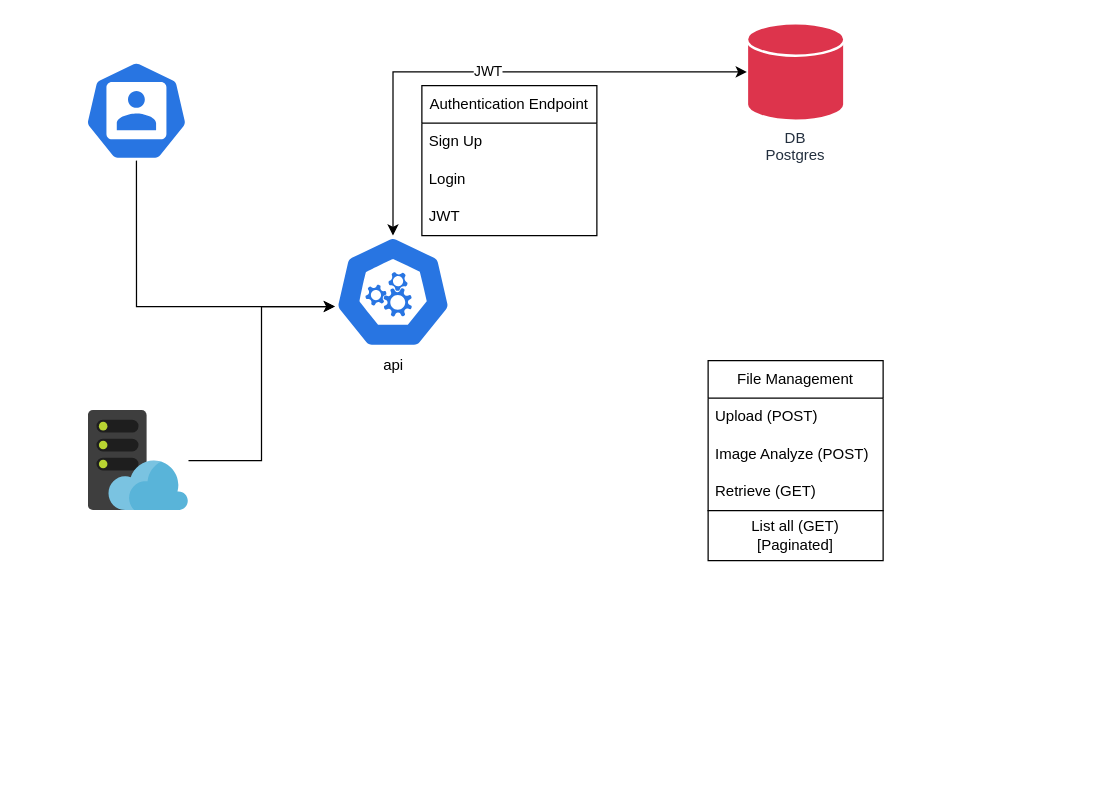
Above: fitty_api.drawio in jstoveld/fitty (draw.io), before the change. Source tidied: cells renumbered, new cells numbered last; positions are measured from the earlier drawing's top-left corner, leaving out a move shared by most shapes. Both pictures are drawn from the tidied source at 125%, with x=0, y=0 at pixel (84, 22).
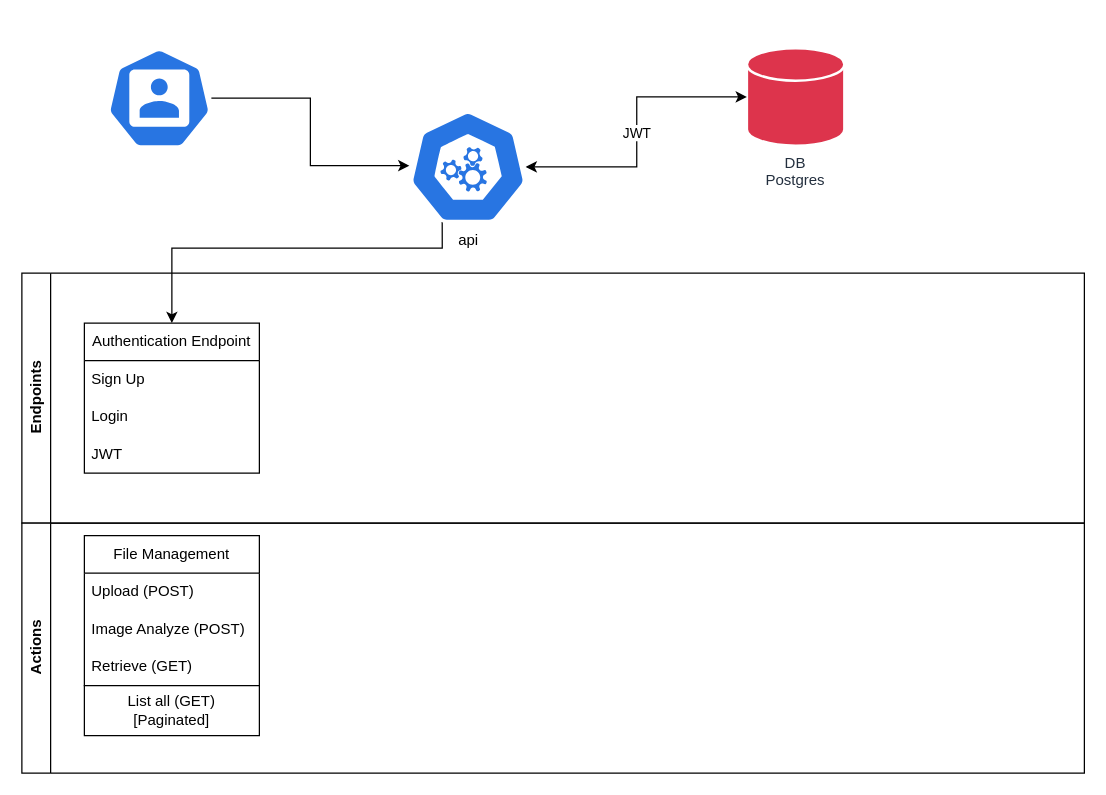
The same diagram, later.

The edit, as a diff of the source:
```diff
@@
+    <mxCell id="18" style="edgeStyle=orthogonalEdgeStyle;rounded=0;jettySize=auto;html=1;exitX=0.28;exitY=0.99;exitDx=0;exitDy=0;exitPerimeter=0;entryX=0.5;entryY=0;entryDx=0;entryDy=0;" parent="1" edge="1" source="2" target="9">
+      <mxGeometry relative="1" as="geometry">
+        <Array as="points">
+          <mxPoint x="286" y="180" />
+          <mxPoint x="70" y="180" />
+        </Array>
+      </mxGeometry>
+    </mxCell>
     <mxCell id="2" value="api" style="sketch=0;html=1;dashed=0;whitespace=wrap;verticalLabelPosition=bottom;verticalAlign=top;fillColor=#2875E2;strokeColor=#ffffff;points=[[0.005,0.63,0],[0.1,0.2,0],[0.9,0.2,0],[0.5,0,0],[0.995,0.63,0],[0.72,0.99,0],[0.5,1,0],[0.28,0.99,0]];shape=mxgraph.kubernetes.icon2;prIcon=api;" parent="1" vertex="1">
-      <mxGeometry x="200" y="170" width="93.8" height="90" as="geometry" />
+      <mxGeometry x="260" y="70" width="93.8" height="90" as="geometry" />
     </mxCell>
     <mxCell id="3" style="sketch=0;html=1;dashed=0;whitespace=wrap;verticalLabelPosition=bottom;verticalAlign=top;fillColor=#2875E2;strokeColor=#ffffff;points=[[0.005,0.63,0],[0.1,0.2,0],[0.9,0.2,0],[0.5,0,0],[0.995,0.63,0],[0.72,0.99,0],[0.5,1,0],[0.28,0.99,0]];shape=mxgraph.kubernetes.icon2;prIcon=user;" parent="1" vertex="1">
-      <mxGeometry y="30" width="83.3" height="80" as="geometry" />
+      <mxGeometry x="18.3" y="20" width="83.3" height="80" as="geometry" />
     </mxCell>
-    <mxCell id="4" style="image;sketch=0;html=1;points=[];align=center;fontSize=12;image=img/lib/mscae/WebHosting.svg;" parent="1" vertex="1">
-      <mxGeometry x="3.3" y="310" width="80" height="80" as="geometry" />
-    </mxCell>
-    <mxCell id="5" style="edgeStyle=orthogonalEdgeStyle;rounded=0;jettySize=auto;html=1;entryX=0.005;entryY=0.63;entryDx=0;entryDy=0;entryPerimeter=0;" parent="1" edge="1" source="4" target="2">
-      <mxGeometry relative="1" as="geometry" />
-    </mxCell>
-    <mxCell id="6" style="edgeStyle=orthogonalEdgeStyle;rounded=0;jettySize=auto;html=1;exitX=0.5;exitY=1;exitDx=0;exitDy=0;exitPerimeter=0;entryX=0.005;entryY=0.63;entryDx=0;entryDy=0;entryPerimeter=0;" parent="1" edge="1" source="3" target="2">
-      <mxGeometry relative="1" as="geometry" />
-    </mxCell>
     <mxCell id="7" value="DB&lt;div&gt;Postgres&lt;/div&gt;" style="sketch=0;outlineConnect=0;fontColor=#232F3E;fillColor=#DD344C;strokeColor=#ffffff;dashed=0;verticalLabelPosition=bottom;verticalAlign=top;align=center;html=1;fontSize=12;fontStyle=0;shape=mxgraph.flowchart.database;resIcon=mxgraph.aws4.cloud_directory;strokeWidth=2;whiteSpace=wrap;" parent="1" vertex="1">
-      <mxGeometry x="530" width="78" height="78" as="geometry" />
+      <mxGeometry x="530" y="20" width="78" height="78" as="geometry" />
     </mxCell>
-    <mxCell id="8" value="JWT" style="edgeStyle=orthogonalEdgeStyle;rounded=0;jettySize=auto;html=1;exitX=0.5;exitY=0;exitDx=0;exitDy=0;exitPerimeter=0;entryX=0;entryY=0.5;entryDx=0;entryDy=0;entryPerimeter=0;startArrow=classic;startFill=1;" parent="1" edge="1" source="2" target="7">
+    <mxCell id="8" value="JWT" style="edgeStyle=orthogonalEdgeStyle;rounded=0;jettySize=auto;html=1;exitX=0.992;exitY=0.5;exitDx=0;exitDy=0;exitPerimeter=0;entryX=0;entryY=0.5;entryDx=0;entryDy=0;entryPerimeter=0;startArrow=classic;startFill=1;" parent="1" edge="1" source="2" target="7">
       <mxGeometry relative="1" as="geometry" />
     </mxCell>
+    <mxCell id="6" style="edgeStyle=orthogonalEdgeStyle;rounded=0;jettySize=auto;html=1;entryX=0;entryY=0.489;entryDx=0;entryDy=0;entryPerimeter=0;" parent="1" edge="1" source="3" target="2">
+      <mxGeometry relative="1" as="geometry" />
+    </mxCell>
+    <mxCell id="19" value="Endpoints" style="swimlane;horizontal=0;whiteSpace=wrap;html=1;" parent="1" vertex="1">
+      <mxGeometry x="-50" y="200" width="850" height="200" as="geometry" />
+    </mxCell>
-    <mxCell id="9" value="Authentication Endpoint" style="swimlane;fontStyle=0;horizontal=1;startSize=30;whiteSpace=wrap;html=1;" parent="1" vertex="1">
-      <mxGeometry x="270" y="50" width="140" height="120" as="geometry" />
+    <mxCell id="9" value="Authentication Endpoint" style="swimlane;fontStyle=0;horizontal=1;startSize=30;whiteSpace=wrap;html=1;" parent="19" vertex="1">
+      <mxGeometry x="50" y="40" width="140" height="120" as="geometry" />
     </mxCell>
@@
+    <mxCell id="20" value="Actions" style="swimlane;horizontal=0;whiteSpace=wrap;html=1;" parent="1" vertex="1">
+      <mxGeometry x="-50" y="400" width="850" height="200" as="geometry" />
+    </mxCell>
-    <mxCell id="13" value="File Management" style="swimlane;fontStyle=0;horizontal=1;startSize=30;whiteSpace=wrap;html=1;" parent="1" vertex="1">
-      <mxGeometry x="499" y="270" width="140" height="120" as="geometry" />
+    <mxCell id="13" value="File Management" style="swimlane;fontStyle=0;horizontal=1;startSize=30;whiteSpace=wrap;html=1;" parent="20" vertex="1">
+      <mxGeometry x="50" y="10" width="140" height="120" as="geometry" />
     </mxCell>
@@
-    <mxCell id="17" value="List all (GET)&lt;div&gt;[Paginated]&lt;/div&gt;" style="rounded=0;whiteSpace=wrap;html=1;" parent="1" vertex="1">
-      <mxGeometry x="499" y="390" width="140" height="40" as="geometry" />
+    <mxCell id="17" value="List all (GET)&lt;div&gt;[Paginated]&lt;/div&gt;" style="rounded=0;whiteSpace=wrap;html=1;" parent="20" vertex="1">
+      <mxGeometry x="50" y="130" width="140" height="40" as="geometry" />
     </mxCell>
```
